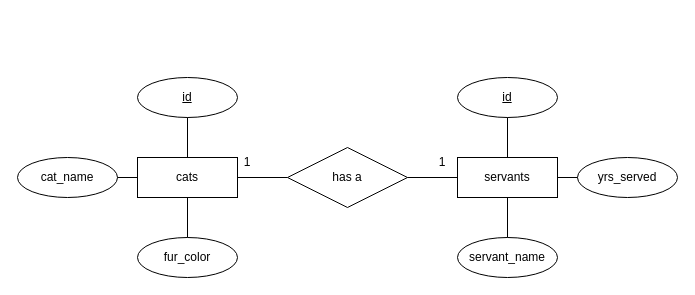
Yellow-Beans/02_DB_models keeps this draw.io diagram as kardinalitaet_1_n/01_1-n.drawio. Above is the earlier version. Source tidied: cells renumbered, new cells numbered last; positions are measured from the earlier drawing's top-left corner, leaving out a move shared by most shapes. Both pictures are drawn from the tidied source at 100%, with x=0, y=0 at pixel (17, 77).
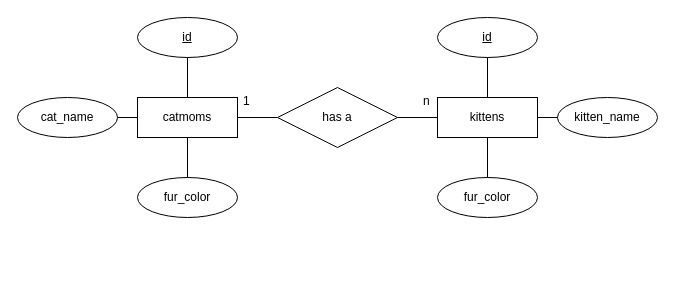
Above is the later version.

The edit, as a diff of the source:
```diff
@@
+    <mxCell id="21" value="catmoms" style="whiteSpace=wrap;html=1;align=center;" parent="1" vertex="1">
+      <mxGeometry x="120" y="20" width="100" height="40" as="geometry" />
+    </mxCell>
+    <mxCell id="22" value="cat_name" style="ellipse;whiteSpace=wrap;html=1;align=center;" parent="1" vertex="1">
+      <mxGeometry y="20" width="100" height="40" as="geometry" />
+    </mxCell>
+    <mxCell id="23" value="fur_color" style="ellipse;whiteSpace=wrap;html=1;align=center;" parent="1" vertex="1">
+      <mxGeometry x="120" y="100" width="100" height="40" as="geometry" />
+    </mxCell>
+    <mxCell id="11" value="id" style="ellipse;whiteSpace=wrap;html=1;align=center;fontStyle=4;" parent="1" vertex="1">
+      <mxGeometry x="120" y="-60" width="100" height="40" as="geometry" />
+    </mxCell>
-    <mxCell id="2" value="cats" style="whiteSpace=wrap;html=1;align=center;" parent="1" vertex="1">
-      <mxGeometry x="120" y="80" width="100" height="40" as="geometry" />
+    <mxCell id="2" style="endArrow=none;html=1;rounded=0;entryX=1;entryY=0.5;entryDx=0;entryDy=0;" parent="1" edge="1" target="22">
+      <mxGeometry relative="1" as="geometry">
+        <mxPoint x="120" y="40" as="sourcePoint" />
+      </mxGeometry>
     </mxCell>
-    <mxCell id="3" value="fur_color" style="ellipse;whiteSpace=wrap;html=1;align=center;" parent="1" vertex="1">
-      <mxGeometry x="120" y="160" width="100" height="40" as="geometry" />
+    <mxCell id="3" style="endArrow=none;html=1;rounded=0;exitX=0.5;exitY=1;exitDx=0;exitDy=0;entryX=0.5;entryY=0;entryDx=0;entryDy=0;" parent="1" edge="1" source="21" target="23">
+      <mxGeometry relative="1" as="geometry" />
     </mxCell>
+    <mxCell id="24" style="endArrow=none;html=1;rounded=0;exitX=0.5;exitY=0;exitDx=0;exitDy=0;entryX=0.5;entryY=1;entryDx=0;entryDy=0;" parent="1" edge="1" source="21" target="11">
+      <mxGeometry relative="1" as="geometry" />
+    </mxCell>
-    <mxCell id="4" value="id" style="ellipse;whiteSpace=wrap;html=1;align=center;fontStyle=4;" parent="1" vertex="1">
-      <mxGeometry x="120" width="100" height="40" as="geometry" />
+    <mxCell id="4" value="kittens" style="whiteSpace=wrap;html=1;align=center;" parent="1" vertex="1">
+      <mxGeometry x="420" y="20" width="100" height="40" as="geometry" />
     </mxCell>
+    <mxCell id="25" value="kitten_name" style="ellipse;whiteSpace=wrap;html=1;align=center;" parent="1" vertex="1">
+      <mxGeometry x="540" y="20" width="100" height="40" as="geometry" />
+    </mxCell>
+    <mxCell id="26" value="fur_color" style="ellipse;whiteSpace=wrap;html=1;align=center;" parent="1" vertex="1">
+      <mxGeometry x="420" y="100" width="100" height="40" as="geometry" />
+    </mxCell>
-    <mxCell id="5" value="cat_name" style="ellipse;whiteSpace=wrap;html=1;align=center;" parent="1" vertex="1">
-      <mxGeometry y="80" width="100" height="40" as="geometry" />
+    <mxCell id="5" value="id" style="ellipse;whiteSpace=wrap;html=1;align=center;fontStyle=4;" parent="1" vertex="1">
+      <mxGeometry x="420" y="-60" width="100" height="40" as="geometry" />
     </mxCell>
-    <mxCell id="6" style="endArrow=none;html=1;rounded=0;exitX=1;exitY=0.5;exitDx=0;exitDy=0;entryX=0;entryY=0.5;entryDx=0;entryDy=0;" parent="1" edge="1" source="5" target="2">
-      <mxGeometry relative="1" as="geometry" />
-    </mxCell>
-    <mxCell id="7" style="endArrow=none;html=1;rounded=0;exitX=0.5;exitY=1;exitDx=0;exitDy=0;entryX=0.5;entryY=0;entryDx=0;entryDy=0;" parent="1" edge="1" source="4" target="2">
-      <mxGeometry relative="1" as="geometry" />
-    </mxCell>
-    <mxCell id="8" style="endArrow=none;html=1;rounded=0;exitX=0.5;exitY=1;exitDx=0;exitDy=0;entryX=0.5;entryY=0;entryDx=0;entryDy=0;" parent="1" edge="1" source="2" target="3">
-      <mxGeometry relative="1" as="geometry" />
-    </mxCell>
-    <mxCell id="9" value="servants" style="whiteSpace=wrap;html=1;align=center;" parent="1" vertex="1">
-      <mxGeometry x="440" y="80" width="100" height="40" as="geometry" />
-    </mxCell>
-    <mxCell id="10" value="servant_name" style="ellipse;whiteSpace=wrap;html=1;align=center;" parent="1" vertex="1">
-      <mxGeometry x="440" y="160" width="100" height="40" as="geometry" />
-    </mxCell>
-    <mxCell id="11" value="id" style="ellipse;whiteSpace=wrap;html=1;align=center;fontStyle=4;" parent="1" vertex="1">
-      <mxGeometry x="440" width="100" height="40" as="geometry" />
-    </mxCell>
-    <mxCell id="12" value="yrs_served" style="ellipse;whiteSpace=wrap;html=1;align=center;" parent="1" vertex="1">
-      <mxGeometry x="560" y="80" width="100" height="40" as="geometry" />
-    </mxCell>
-    <mxCell id="13" style="endArrow=none;html=1;rounded=0;exitX=0;exitY=0.5;exitDx=0;exitDy=0;" parent="1" edge="1" source="12">
-      <mxGeometry relative="1" as="geometry">
-        <mxPoint x="540" y="100" as="targetPoint" />
-      </mxGeometry>
-    </mxCell>
-    <mxCell id="14" style="endArrow=none;html=1;rounded=0;exitX=0.5;exitY=1;exitDx=0;exitDy=0;entryX=0.5;entryY=0;entryDx=0;entryDy=0;" parent="1" edge="1" source="11" target="9">
-      <mxGeometry relative="1" as="geometry" />
-    </mxCell>
-    <mxCell id="15" style="endArrow=none;html=1;rounded=0;exitX=0.5;exitY=1;exitDx=0;exitDy=0;entryX=0.5;entryY=0;entryDx=0;entryDy=0;" parent="1" edge="1" source="9" target="10">
-      <mxGeometry relative="1" as="geometry" />
-    </mxCell>
+    <mxCell id="27" style="endArrow=none;html=1;rounded=0;exitX=0.5;exitY=1;exitDx=0;exitDy=0;entryX=0.5;entryY=0;entryDx=0;entryDy=0;" parent="1" edge="1" source="4" target="26">
+      <mxGeometry relative="1" as="geometry" />
+    </mxCell>
+    <mxCell id="28" style="endArrow=none;html=1;rounded=0;exitX=0.5;exitY=0;exitDx=0;exitDy=0;entryX=0.5;entryY=1;entryDx=0;entryDy=0;" parent="1" edge="1" source="4" target="5">
+      <mxGeometry relative="1" as="geometry" />
+    </mxCell>
+    <mxCell id="29" style="endArrow=none;html=1;rounded=0;exitX=1;exitY=0.5;exitDx=0;exitDy=0;entryX=0;entryY=0.5;entryDx=0;entryDy=0;" parent="1" edge="1" source="4" target="25">
+      <mxGeometry relative="1" as="geometry" />
+    </mxCell>
     <mxCell id="16" value="has a" style="shape=rhombus;perimeter=rhombusPerimeter;whiteSpace=wrap;html=1;align=center;" parent="1" vertex="1">
-      <mxGeometry x="270" y="70" width="120" height="60" as="geometry" />
+      <mxGeometry x="260" y="10" width="120" height="60" as="geometry" />
     </mxCell>
-    <mxCell id="17" style="endArrow=none;html=1;rounded=0;exitX=1;exitY=0.5;exitDx=0;exitDy=0;entryX=0;entryY=0.5;entryDx=0;entryDy=0;" parent="1" edge="1" source="16" target="9">
-      <mxGeometry relative="1" as="geometry" />
-    </mxCell>
-    <mxCell id="18" style="endArrow=none;html=1;rounded=0;exitX=1;exitY=0.5;exitDx=0;exitDy=0;entryX=0;entryY=0.5;entryDx=0;entryDy=0;" parent="1" edge="1" source="2" target="16">
-      <mxGeometry relative="1" as="geometry" />
-    </mxCell>
-    <mxCell id="19" value="1" style="text;html=1;align=center;verticalAlign=middle;whiteSpace=wrap;rounded=0;" parent="1" vertex="1">
-      <mxGeometry x="215" y="80" width="30" height="10" as="geometry" />
-    </mxCell>
-    <mxCell id="20" value="1" style="text;html=1;align=center;verticalAlign=middle;whiteSpace=wrap;rounded=0;" parent="1" vertex="1">
-      <mxGeometry x="410" y="80" width="30" height="10" as="geometry" />
-    </mxCell>
+    <mxCell id="30" style="endArrow=none;html=1;rounded=0;exitX=1;exitY=0.5;exitDx=0;exitDy=0;" parent="1" edge="1" source="21">
+      <mxGeometry relative="1" as="geometry">
+        <mxPoint x="260" y="40" as="targetPoint" />
+      </mxGeometry>
+    </mxCell>
+    <mxCell id="31" style="endArrow=none;html=1;rounded=0;exitX=1;exitY=0.5;exitDx=0;exitDy=0;entryX=0;entryY=0.5;entryDx=0;entryDy=0;" parent="1" edge="1" source="16" target="4">
+      <mxGeometry relative="1" as="geometry" />
+    </mxCell>
+    <mxCell id="32" value="1" style="text;strokeColor=none;fillColor=none;spacingLeft=4;spacingRight=4;overflow=hidden;fontSize=12;" parent="1" vertex="1">
+      <mxGeometry x="220" y="10" width="20" height="30" as="geometry" />
+    </mxCell>
+    <mxCell id="33" value="n" style="text;strokeColor=none;fillColor=none;spacingLeft=4;spacingRight=4;overflow=hidden;fontSize=12;" parent="1" vertex="1">
+      <mxGeometry x="400" y="10" width="20" height="30" as="geometry" />
+    </mxCell>
```
